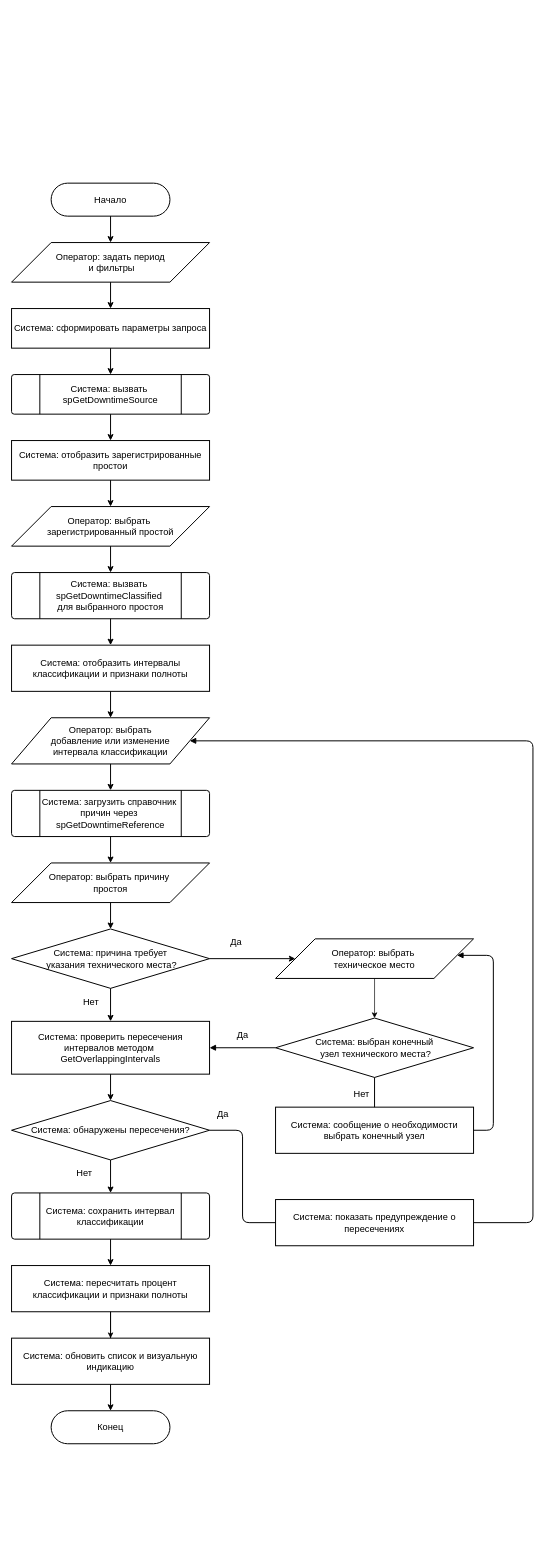
Before: page "Page-6" (6 of 7) of diagrams/Untitled Diagram.drawio in KhasanovAMdev/MyDiagrams, a draw.io diagram. Source tidied: cells renumbered, new cells numbered last; positions are measured from the earlier drawing's top-left corner, leaving out a move shared by most shapes. Both pictures are drawn from the tidied source at 66%, with x=0, y=0 at pixel (11, 183).
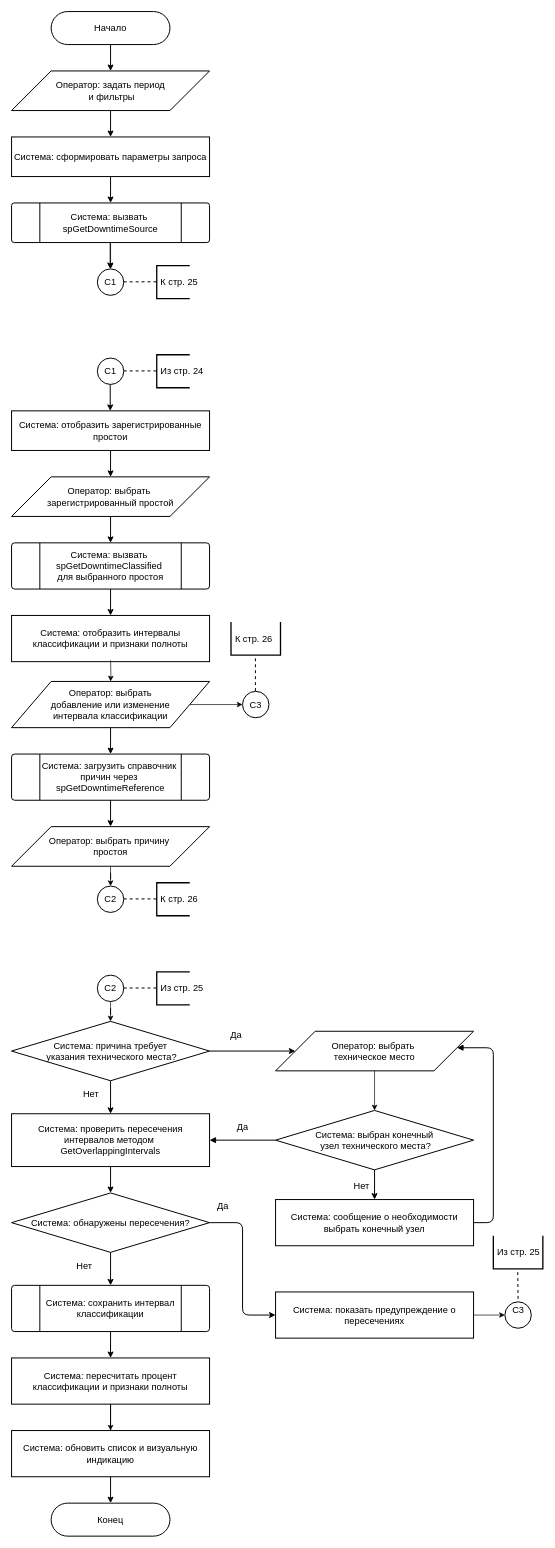
The same page after the edit.

What changed in the source:
```diff
@@
     <mxCell id="2" value="Начало" style="rounded=1;whiteSpace=wrap;html=1;arcSize=50;fillColor=#ffffff;strokeColor=#000000;strokeWidth=1.5;fontSize=14;" parent="1" vertex="1">
-      <mxGeometry x="60" width="180" height="50" as="geometry" />
+      <mxGeometry x="60" y="-260" width="180" height="50" as="geometry" />
     </mxCell>
     <mxCell id="3" value="Оператор: задать период&lt;div&gt;&amp;nbsp;и фильтры&lt;/div&gt;" style="shape=parallelogram;perimeter=parallelogramPerimeter;whiteSpace=wrap;html=1;fillColor=#ffffff;strokeColor=#000000;strokeWidth=1.5;fontSize=14;" parent="1" vertex="1">
-      <mxGeometry y="90" width="300" height="60" as="geometry" />
+      <mxGeometry y="-170" width="300" height="60" as="geometry" />
     </mxCell>
     <mxCell id="4" value="Система: сформировать параметры запроса" style="rounded=0;whiteSpace=wrap;html=1;fillColor=#ffffff;strokeColor=#000000;strokeWidth=1.5;fontSize=14;" parent="1" vertex="1">
-      <mxGeometry y="190" width="300" height="60" as="geometry" />
+      <mxGeometry y="-70" width="300" height="60" as="geometry" />
     </mxCell>
+    <mxCell id="49" style="edgeStyle=orthogonalEdgeStyle;rounded=0;jettySize=auto;html=1;" parent="1" edge="1" source="5" target="54">
+      <mxGeometry relative="1" as="geometry" />
+    </mxCell>
     <mxCell id="5" value="Система: вызвать&amp;nbsp;&lt;div&gt;spGetDowntimeSource&lt;/div&gt;" style="shape=mxgraph.flowchart.predefined_process;whiteSpace=wrap;html=1;fillColor=#ffffff;strokeColor=#000000;strokeWidth=1.5;fontSize=14;" parent="1" vertex="1">
-      <mxGeometry y="290" width="300" height="60" as="geometry" />
+      <mxGeometry y="30" width="300" height="60" as="geometry" />
     </mxCell>
     <mxCell id="6" value="Система: отобразить зарегистрированные простои" style="rounded=0;whiteSpace=wrap;html=1;fillColor=#ffffff;strokeColor=#000000;strokeWidth=1.5;fontSize=14;" parent="1" vertex="1">
-      <mxGeometry y="390" width="300" height="60" as="geometry" />
+      <mxGeometry y="345" width="300" height="60" as="geometry" />
     </mxCell>
     <mxCell id="7" value="Оператор: выбрать&amp;nbsp;&lt;div&gt;зарегистрированный простой&lt;/div&gt;" style="shape=parallelogram;perimeter=parallelogramPerimeter;whiteSpace=wrap;html=1;fillColor=#ffffff;strokeColor=#000000;strokeWidth=1.5;fontSize=14;" parent="1" vertex="1">
-      <mxGeometry y="490" width="300" height="60" as="geometry" />
+      <mxGeometry y="445" width="300" height="60" as="geometry" />
     </mxCell>
     <mxCell id="8" value="Система: вызвать&amp;nbsp;&lt;div&gt;spGetDowntimeClassified&amp;nbsp;&lt;/div&gt;&lt;div&gt;для выбранного простоя&lt;/div&gt;" style="shape=mxgraph.flowchart.predefined_process;whiteSpace=wrap;html=1;fillColor=#ffffff;strokeColor=#000000;strokeWidth=1.5;fontSize=14;" parent="1" vertex="1">
-      <mxGeometry y="590" width="300" height="70" as="geometry" />
+      <mxGeometry y="545" width="300" height="70" as="geometry" />
     </mxCell>
     <mxCell id="9" value="Система: отобразить интервалы классификации и признаки полноты" style="rounded=0;whiteSpace=wrap;html=1;fillColor=#ffffff;strokeColor=#000000;strokeWidth=1.5;fontSize=14;" parent="1" vertex="1">
-      <mxGeometry y="700" width="300" height="70" as="geometry" />
+      <mxGeometry y="655" width="300" height="70" as="geometry" />
     </mxCell>
+    <mxCell id="50" style="edgeStyle=orthogonalEdgeStyle;rounded=0;jettySize=auto;html=1;" parent="1" edge="1" source="10" target="69">
+      <mxGeometry relative="1" as="geometry" />
+    </mxCell>
     <mxCell id="10" value="Оператор: выбрать&lt;div&gt;&amp;nbsp;добавление&amp;nbsp;&lt;span style=&quot;background-color: transparent; color: light-dark(rgb(0, 0, 0), rgb(255, 255, 255));&quot;&gt;или изменение&amp;nbsp;&lt;/span&gt;&lt;div&gt;интервала классификации&lt;/div&gt;&lt;/div&gt;" style="shape=parallelogram;perimeter=parallelogramPerimeter;whiteSpace=wrap;html=1;fillColor=#ffffff;strokeColor=#000000;strokeWidth=1.5;fontSize=14;" parent="1" vertex="1">
-      <mxGeometry y="810" width="300" height="70" as="geometry" />
+      <mxGeometry y="755" width="300" height="70" as="geometry" />
     </mxCell>
     <mxCell id="11" value="Система: загрузить справочник&amp;nbsp;&lt;div&gt;причин через&amp;nbsp;&lt;/div&gt;&lt;div&gt;spGetDowntimeReference&lt;/div&gt;" style="shape=mxgraph.flowchart.predefined_process;whiteSpace=wrap;html=1;fillColor=#ffffff;strokeColor=#000000;strokeWidth=1.5;fontSize=14;" parent="1" vertex="1">
-      <mxGeometry y="920" width="300" height="70" as="geometry" />
+      <mxGeometry y="865" width="300" height="70" as="geometry" />
     </mxCell>
+    <mxCell id="51" style="edgeStyle=orthogonalEdgeStyle;rounded=0;jettySize=auto;html=1;" parent="1" edge="1" source="12" target="62">
+      <mxGeometry relative="1" as="geometry" />
+    </mxCell>
     <mxCell id="12" value="Оператор: выбрать причину&amp;nbsp;&lt;div&gt;простоя&lt;/div&gt;" style="shape=parallelogram;perimeter=parallelogramPerimeter;whiteSpace=wrap;html=1;fillColor=#ffffff;strokeColor=#000000;strokeWidth=1.5;fontSize=14;" parent="1" vertex="1">
-      <mxGeometry y="1030" width="300" height="60" as="geometry" />
+      <mxGeometry y="975" width="300" height="60" as="geometry" />
     </mxCell>
     <mxCell id="13" value="Система: причина требует&lt;div&gt;&amp;nbsp;указания технического места?&lt;/div&gt;" style="rhombus;whiteSpace=wrap;html=1;fillColor=#ffffff;strokeColor=#000000;strokeWidth=1.5;fontSize=14;" parent="1" vertex="1">
-      <mxGeometry y="1130" width="300" height="90" as="geometry" />
+      <mxGeometry y="1270" width="300" height="90" as="geometry" />
     </mxCell>
@@
     <mxCell id="15" value="Оператор: выбрать&amp;nbsp;&lt;div&gt;техническое&amp;nbsp;&lt;span style=&quot;background-color: transparent; color: light-dark(rgb(0, 0, 0), rgb(255, 255, 255));&quot;&gt;место&lt;/span&gt;&lt;/div&gt;" style="shape=parallelogram;perimeter=parallelogramPerimeter;whiteSpace=wrap;html=1;fillColor=#ffffff;strokeColor=#000000;strokeWidth=1.5;fontSize=14;" parent="1" vertex="1">
-      <mxGeometry x="400" y="1145" width="300" height="60" as="geometry" />
+      <mxGeometry x="400" y="1285" width="300" height="60" as="geometry" />
     </mxCell>
     <mxCell id="16" value="Система: выбран конечный&lt;div&gt;&amp;nbsp;узел технического места?&lt;/div&gt;" style="rhombus;whiteSpace=wrap;html=1;fillColor=#ffffff;strokeColor=#000000;strokeWidth=1.5;fontSize=14;" parent="1" vertex="1">
-      <mxGeometry x="400" y="1265" width="300" height="90" as="geometry" />
+      <mxGeometry x="400" y="1405" width="300" height="90" as="geometry" />
     </mxCell>
     <mxCell id="17" value="Система: сообщение о необходимости выбрать конечный узел" style="rounded=0;whiteSpace=wrap;html=1;fillColor=#ffffff;strokeColor=#000000;strokeWidth=1.5;fontSize=14;" parent="1" vertex="1">
-      <mxGeometry x="400" y="1400" width="300" height="70" as="geometry" />
+      <mxGeometry x="400" y="1540" width="300" height="70" as="geometry" />
     </mxCell>
     <mxCell id="18" value="Система: проверить пересечения интервалов методом&amp;nbsp;&lt;div&gt;GetOverlappingIntervals&lt;/div&gt;" style="rounded=0;whiteSpace=wrap;html=1;fillColor=#ffffff;strokeColor=#000000;strokeWidth=1.5;fontSize=14;" parent="1" vertex="1">
-      <mxGeometry y="1270" width="300" height="80" as="geometry" />
+      <mxGeometry y="1410" width="300" height="80" as="geometry" />
     </mxCell>
     <mxCell id="19" value="Система: обнаружены пересечения?" style="rhombus;whiteSpace=wrap;html=1;fillColor=#ffffff;strokeColor=#000000;strokeWidth=1.5;fontSize=14;" parent="1" vertex="1">
-      <mxGeometry y="1390" width="300" height="90" as="geometry" />
+      <mxGeometry y="1530" width="300" height="90" as="geometry" />
     </mxCell>
+    <mxCell id="52" style="edgeStyle=orthogonalEdgeStyle;rounded=0;jettySize=auto;html=1;" parent="1" edge="1" source="20" target="72">
+      <mxGeometry relative="1" as="geometry" />
+    </mxCell>
     <mxCell id="20" value="Система: показать предупреждение о пересечениях" style="rounded=0;whiteSpace=wrap;html=1;fillColor=#ffffff;strokeColor=#000000;strokeWidth=1.5;fontSize=14;" parent="1" vertex="1">
-      <mxGeometry x="400" y="1540" width="300" height="70" as="geometry" />
+      <mxGeometry x="400" y="1680" width="300" height="70" as="geometry" />
     </mxCell>
     <mxCell id="21" value="Система: сохранить интервал классификации" style="shape=mxgraph.flowchart.predefined_process;whiteSpace=wrap;html=1;fillColor=#ffffff;strokeColor=#000000;strokeWidth=1.5;fontSize=14;" parent="1" vertex="1">
-      <mxGeometry y="1530" width="300" height="70" as="geometry" />
+      <mxGeometry y="1670" width="300" height="70" as="geometry" />
     </mxCell>
@@
     <mxCell id="23" value="Система: пересчитать процент классификации и признаки полноты" style="rounded=0;whiteSpace=wrap;html=1;fillColor=#ffffff;strokeColor=#000000;strokeWidth=1.5;fontSize=14;" parent="1" vertex="1">
-      <mxGeometry y="1640" width="300" height="70" as="geometry" />
+      <mxGeometry y="1780" width="300" height="70" as="geometry" />
     </mxCell>
     <mxCell id="24" value="Система: обновить список и визуальную индикацию" style="rounded=0;whiteSpace=wrap;html=1;fillColor=#ffffff;strokeColor=#000000;strokeWidth=1.5;fontSize=14;" parent="1" vertex="1">
-      <mxGeometry y="1750" width="300" height="70" as="geometry" />
+      <mxGeometry y="1890" width="300" height="70" as="geometry" />
     </mxCell>
     <mxCell id="25" value="Конец" style="rounded=1;whiteSpace=wrap;html=1;arcSize=50;fillColor=#ffffff;strokeColor=#000000;strokeWidth=1.5;fontSize=14;" parent="1" vertex="1">
-      <mxGeometry x="60" y="1860" width="180" height="50" as="geometry" />
+      <mxGeometry x="60" y="2000" width="180" height="50" as="geometry" />
     </mxCell>
@@
-    <mxCell id="29" style="edgeStyle=orthogonalEdgeStyle;html=1;strokeWidth=1.5;endArrow=classic;fontSize=14;endFill=1;" parent="1" edge="1" source="5" target="6">
-      <mxGeometry relative="1" as="geometry" />
-    </mxCell>
@@
-    <mxCell id="33" style="edgeStyle=orthogonalEdgeStyle;html=1;strokeWidth=1.5;endArrow=classic;fontSize=14;endFill=1;" parent="1" edge="1" source="9" target="10">
-      <mxGeometry relative="1" as="geometry" />
-    </mxCell>
@@
-    <mxCell id="36" style="edgeStyle=orthogonalEdgeStyle;html=1;strokeWidth=1.5;endArrow=classic;fontSize=14;endFill=1;" parent="1" edge="1" source="12" target="13">
-      <mxGeometry relative="1" as="geometry" />
-    </mxCell>
@@
-    <mxCell id="40" value="Нет" style="edgeStyle=orthogonalEdgeStyle;html=1;strokeWidth=1.5;endArrow=none;labelBackgroundColor=#ffffff;fontSize=14;" parent="1" edge="1" source="16" target="17">
+    <mxCell id="40" value="Нет" style="edgeStyle=orthogonalEdgeStyle;html=1;strokeWidth=1.5;endArrow=classic;labelBackgroundColor=#ffffff;fontSize=14;endFill=1;" parent="1" edge="1" source="16" target="17">
       <mxGeometry x="0.11" y="-20" relative="1" as="geometry" />
     </mxCell>
     <mxCell id="41" style="edgeStyle=orthogonalEdgeStyle;html=1;strokeWidth=1.5;endArrow=block;endFill=1;exitX=1;exitY=0.5;exitDx=0;exitDy=0;fontSize=14;" parent="1" edge="1" source="17" target="15">
       <mxGeometry x="-0.05" relative="1" as="geometry">
         <Array as="points">
-          <mxPoint x="730" y="1435" />
-          <mxPoint x="730" y="1170" />
+          <mxPoint x="730" y="1575" />
+          <mxPoint x="730" y="1310" />
         </Array>
       </mxGeometry>
     </mxCell>
@@
-    <mxCell id="43" value="Да" style="edgeStyle=orthogonalEdgeStyle;html=1;strokeWidth=1.5;endArrow=none;labelBackgroundColor=#ffffff;fontSize=14;entryX=0;entryY=0.5;entryDx=0;entryDy=0;" parent="1" edge="1" source="19" target="20">
+    <mxCell id="43" value="Да" style="edgeStyle=orthogonalEdgeStyle;html=1;strokeWidth=1.5;endArrow=classic;labelBackgroundColor=#ffffff;fontSize=14;entryX=0;entryY=0.5;entryDx=0;entryDy=0;endFill=1;" parent="1" edge="1" source="19" target="20">
       <mxGeometry x="-0.83" y="25" relative="1" as="geometry" />
     </mxCell>
@@
-    <mxCell id="45" style="edgeStyle=orthogonalEdgeStyle;html=1;strokeWidth=1.5;endArrow=block;endFill=1;exitX=1;exitY=0.5;exitDx=0;exitDy=0;entryX=1;entryY=0.5;entryDx=0;entryDy=0;fontSize=14;" parent="1" edge="1" source="20" target="10">
-      <mxGeometry x="-0.09" relative="1" as="geometry">
-        <Array as="points">
-          <mxPoint x="790" y="1575" />
-          <mxPoint x="790" y="845" />
-        </Array>
-      </mxGeometry>
-    </mxCell>
@@
+    <mxCell id="53" style="edgeStyle=orthogonalEdgeStyle;rounded=0;jettySize=auto;html=1;" parent="1" edge="1" target="10">
+      <mxGeometry relative="1" as="geometry">
+        <mxPoint x="150" y="723" as="sourcePoint" />
+      </mxGeometry>
+    </mxCell>
+    <mxCell id="54" value="С1" style="ellipse;whiteSpace=wrap;html=1;shapeInside=1;strokeColor=#000000;strokeWidth=1.5;align=center;verticalAlign=middle;fontFamily=Helvetica;fontSize=14;fontColor=default;fillColor=#ffffff;" parent="1" vertex="1">
+      <mxGeometry x="130" y="130" width="40" height="40" as="geometry" />
+    </mxCell>
+    <mxCell id="55" style="edgeStyle=orthogonalEdgeStyle;html=1;strokeWidth=1.5;endArrow=none;endFill=0;fontSize=14;dashed=1;" parent="1" edge="1">
+      <mxGeometry relative="1" as="geometry">
+        <mxPoint x="170" y="149.5" as="sourcePoint" />
+        <mxPoint x="220" y="149.5" as="targetPoint" />
+      </mxGeometry>
+    </mxCell>
+    <mxCell id="56" value="&amp;nbsp;К стр. 25" style="strokeWidth=2;html=1;shape=mxgraph.flowchart.annotation_1;align=left;strokeColor=#000000;verticalAlign=middle;fontFamily=Helvetica;fontSize=14;fontColor=default;fillColor=#ffffff;" parent="1" vertex="1">
+      <mxGeometry x="220" y="125" width="50" height="50" as="geometry" />
+    </mxCell>
+    <mxCell id="57" style="edgeStyle=orthogonalEdgeStyle;html=1;strokeWidth=1.5;endArrow=classic;fontSize=14;endFill=1;" parent="1" edge="1">
+      <mxGeometry relative="1" as="geometry">
+        <mxPoint x="149.5" y="90" as="sourcePoint" />
+        <mxPoint x="149.5" y="130" as="targetPoint" />
+      </mxGeometry>
+    </mxCell>
+    <mxCell id="58" style="edgeStyle=orthogonalEdgeStyle;html=1;strokeWidth=1.5;endArrow=classic;fontSize=14;endFill=1;" parent="1" edge="1">
+      <mxGeometry relative="1" as="geometry">
+        <mxPoint x="149.5" y="305" as="sourcePoint" />
+        <mxPoint x="149.5" y="345" as="targetPoint" />
+      </mxGeometry>
+    </mxCell>
+    <mxCell id="59" value="С1" style="ellipse;whiteSpace=wrap;html=1;shapeInside=1;strokeColor=#000000;strokeWidth=1.5;align=center;verticalAlign=middle;fontFamily=Helvetica;fontSize=14;fontColor=default;fillColor=#ffffff;" parent="1" vertex="1">
+      <mxGeometry x="130" y="265" width="40" height="40" as="geometry" />
+    </mxCell>
+    <mxCell id="60" style="edgeStyle=orthogonalEdgeStyle;html=1;strokeWidth=1.5;endArrow=none;endFill=0;fontSize=14;dashed=1;" parent="1" edge="1">
+      <mxGeometry relative="1" as="geometry">
+        <mxPoint x="170" y="284.5" as="sourcePoint" />
+        <mxPoint x="220" y="284.5" as="targetPoint" />
+      </mxGeometry>
+    </mxCell>
+    <mxCell id="61" value="&amp;nbsp;Из стр. 24" style="strokeWidth=2;html=1;shape=mxgraph.flowchart.annotation_1;align=left;strokeColor=#000000;verticalAlign=middle;fontFamily=Helvetica;fontSize=14;fontColor=default;fillColor=#ffffff;" parent="1" vertex="1">
+      <mxGeometry x="220" y="260" width="50" height="50" as="geometry" />
+    </mxCell>
+    <mxCell id="62" value="С2" style="ellipse;whiteSpace=wrap;html=1;shapeInside=1;strokeColor=#000000;strokeWidth=1.5;align=center;verticalAlign=middle;fontFamily=Helvetica;fontSize=14;fontColor=default;fillColor=#ffffff;" parent="1" vertex="1">
+      <mxGeometry x="130" y="1065" width="40" height="40" as="geometry" />
+    </mxCell>
+    <mxCell id="63" style="edgeStyle=orthogonalEdgeStyle;html=1;strokeWidth=1.5;endArrow=none;endFill=0;fontSize=14;dashed=1;" parent="1" edge="1">
+      <mxGeometry relative="1" as="geometry">
+        <mxPoint x="170" y="1084.5" as="sourcePoint" />
+        <mxPoint x="220" y="1084.5" as="targetPoint" />
+      </mxGeometry>
+    </mxCell>
+    <mxCell id="64" value="&amp;nbsp;К стр. 26" style="strokeWidth=2;html=1;shape=mxgraph.flowchart.annotation_1;align=left;strokeColor=#000000;verticalAlign=middle;fontFamily=Helvetica;fontSize=14;fontColor=default;fillColor=#ffffff;" parent="1" vertex="1">
+      <mxGeometry x="220" y="1060" width="50" height="50" as="geometry" />
+    </mxCell>
+    <mxCell id="65" style="edgeStyle=orthogonalEdgeStyle;rounded=0;jettySize=auto;html=1;" parent="1" edge="1" source="66" target="13">
+      <mxGeometry relative="1" as="geometry" />
+    </mxCell>
+    <mxCell id="66" value="С2" style="ellipse;whiteSpace=wrap;html=1;shapeInside=1;strokeColor=#000000;strokeWidth=1.5;align=center;verticalAlign=middle;fontFamily=Helvetica;fontSize=14;fontColor=default;fillColor=#ffffff;" parent="1" vertex="1">
+      <mxGeometry x="130" y="1200" width="40" height="40" as="geometry" />
+    </mxCell>
+    <mxCell id="67" style="edgeStyle=orthogonalEdgeStyle;html=1;strokeWidth=1.5;endArrow=none;endFill=0;fontSize=14;dashed=1;" parent="1" edge="1">
+      <mxGeometry relative="1" as="geometry">
+        <mxPoint x="170" y="1219.5" as="sourcePoint" />
+        <mxPoint x="220" y="1219.5" as="targetPoint" />
+      </mxGeometry>
+    </mxCell>
+    <mxCell id="68" value="&amp;nbsp;Из стр. 25" style="strokeWidth=2;html=1;shape=mxgraph.flowchart.annotation_1;align=left;strokeColor=#000000;verticalAlign=middle;fontFamily=Helvetica;fontSize=14;fontColor=default;fillColor=#ffffff;" parent="1" vertex="1">
+      <mxGeometry x="220" y="1195" width="50" height="50" as="geometry" />
+    </mxCell>
+    <mxCell id="69" value="С3" style="ellipse;whiteSpace=wrap;html=1;shapeInside=1;strokeColor=#000000;strokeWidth=1.5;align=center;verticalAlign=middle;fontFamily=Helvetica;fontSize=14;fontColor=default;fillColor=#ffffff;" parent="1" vertex="1">
+      <mxGeometry x="350" y="770" width="40" height="40" as="geometry" />
+    </mxCell>
+    <mxCell id="70" style="edgeStyle=orthogonalEdgeStyle;html=1;strokeWidth=1.5;endArrow=none;endFill=0;fontSize=14;dashed=1;" parent="1" edge="1">
+      <mxGeometry relative="1" as="geometry">
+        <mxPoint x="369.5" y="720" as="sourcePoint" />
+        <mxPoint x="369.5" y="770" as="targetPoint" />
+      </mxGeometry>
+    </mxCell>
+    <mxCell id="71" value="&amp;nbsp;К стр. 26" style="strokeWidth=2;html=1;shape=mxgraph.flowchart.annotation_1;align=left;strokeColor=#000000;verticalAlign=middle;fontFamily=Helvetica;fontSize=14;fontColor=default;fillColor=#ffffff;direction=north;" parent="1" vertex="1">
+      <mxGeometry x="332.5" y="665" width="75" height="50" as="geometry" />
+    </mxCell>
+    <mxCell id="72" value="С3&lt;div&gt;&lt;br/&gt;&lt;/div&gt;" style="ellipse;whiteSpace=wrap;html=1;shapeInside=1;strokeColor=#000000;strokeWidth=1.5;align=center;verticalAlign=middle;fontFamily=Helvetica;fontSize=14;fontColor=default;fillColor=#ffffff;" parent="1" vertex="1">
+      <mxGeometry x="747.5" y="1695" width="40" height="40" as="geometry" />
+    </mxCell>
+    <mxCell id="73" style="edgeStyle=orthogonalEdgeStyle;html=1;strokeWidth=1.5;endArrow=none;endFill=0;fontSize=14;dashed=1;entryX=0.5;entryY=0;entryDx=0;entryDy=0;" parent="1" edge="1" target="72">
+      <mxGeometry relative="1" as="geometry">
+        <mxPoint x="767" y="1650" as="sourcePoint" />
+      </mxGeometry>
+    </mxCell>
+    <mxCell id="74" value="&amp;nbsp;Из стр. 25" style="strokeWidth=2;html=1;shape=mxgraph.flowchart.annotation_1;align=left;strokeColor=#000000;verticalAlign=middle;fontFamily=Helvetica;fontSize=14;fontColor=default;fillColor=#ffffff;direction=north;" parent="1" vertex="1">
+      <mxGeometry x="730" y="1595" width="75" height="50" as="geometry" />
+    </mxCell>
```
